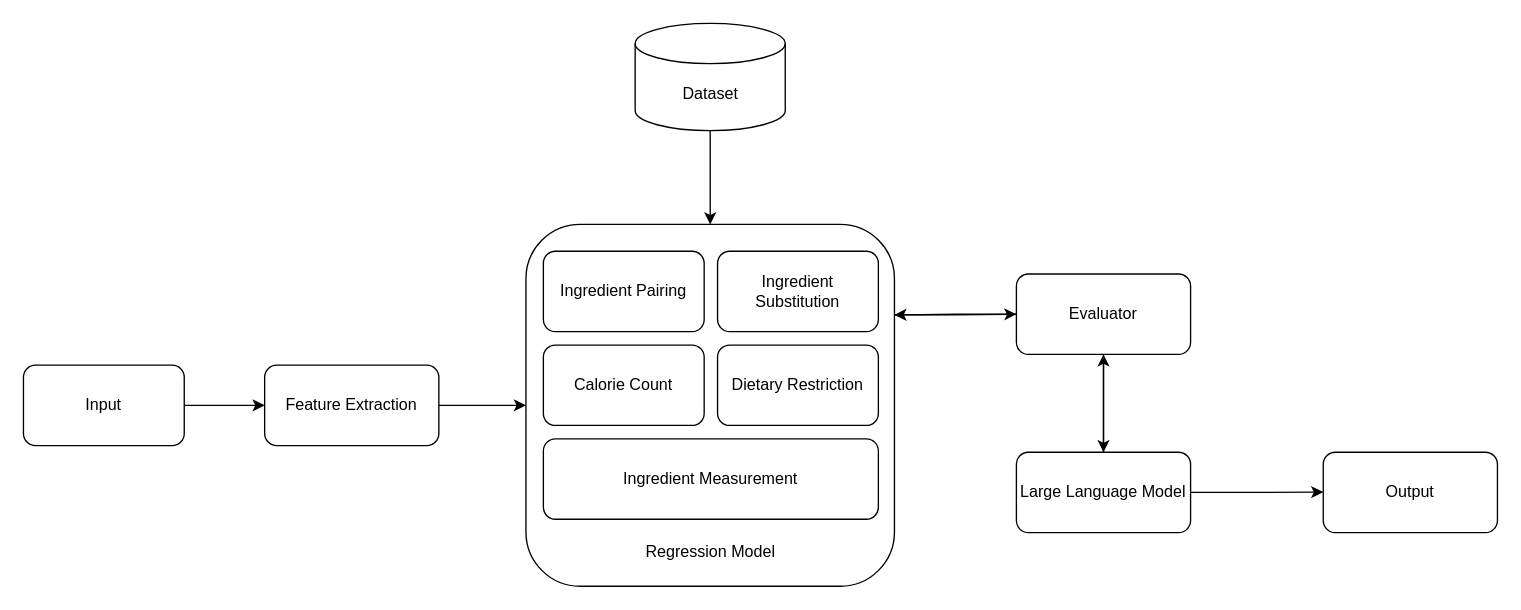
Earlier version of the draw.io diagram Model.drawio (MonaJea-Ng/Projects). Source tidied: cells renumbered, new cells numbered last; positions are measured from the earlier drawing's top-left corner, leaving out a move shared by most shapes. Both pictures are drawn from the tidied source at 134%, with x=0, y=0 at pixel (23, 23).
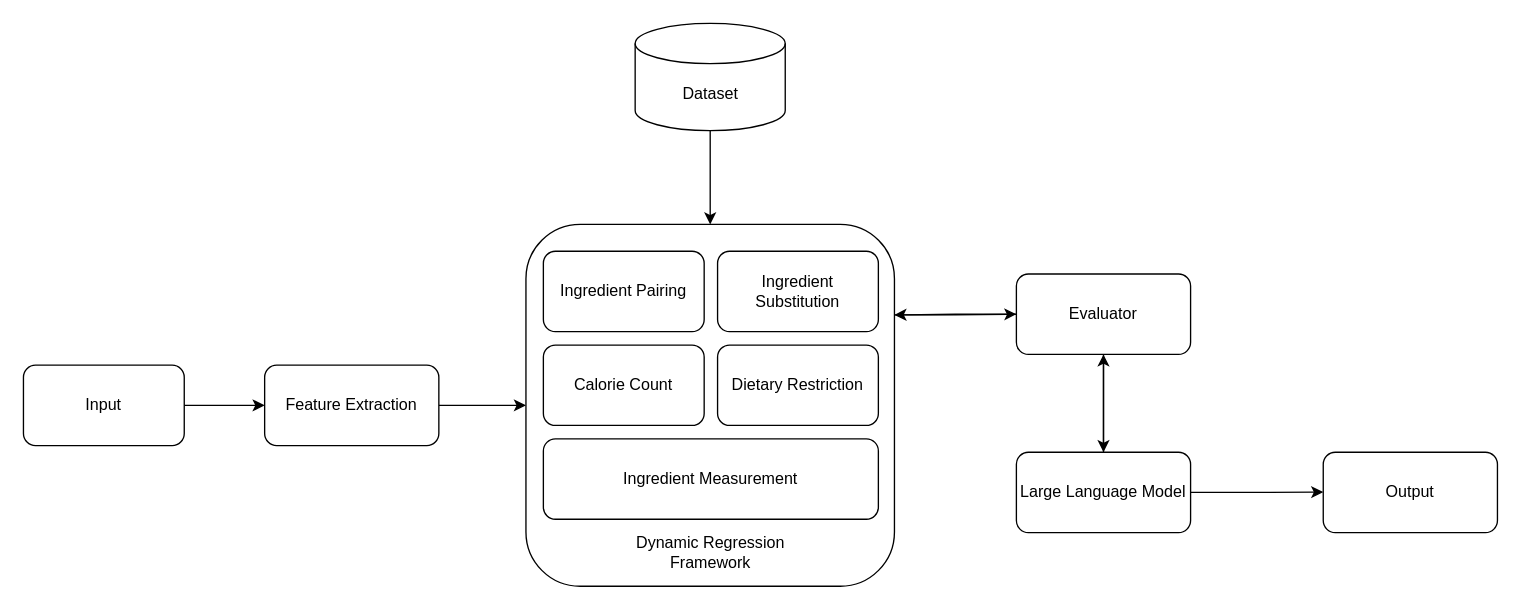
The same diagram, later.

What changed in the source:
```diff
@@
-    <mxCell id="13" value="Regression Model" style="text;html=1;align=center;verticalAlign=middle;whiteSpace=wrap;rounded=0;" parent="1" vertex="1">
+    <mxCell id="13" value="Dynamic Regression Framework" style="text;html=1;align=center;verticalAlign=middle;whiteSpace=wrap;rounded=0;" parent="1" vertex="1">
       <mxGeometry x="432.5" y="380" width="160" height="30" as="geometry" />
     </mxCell>
```
